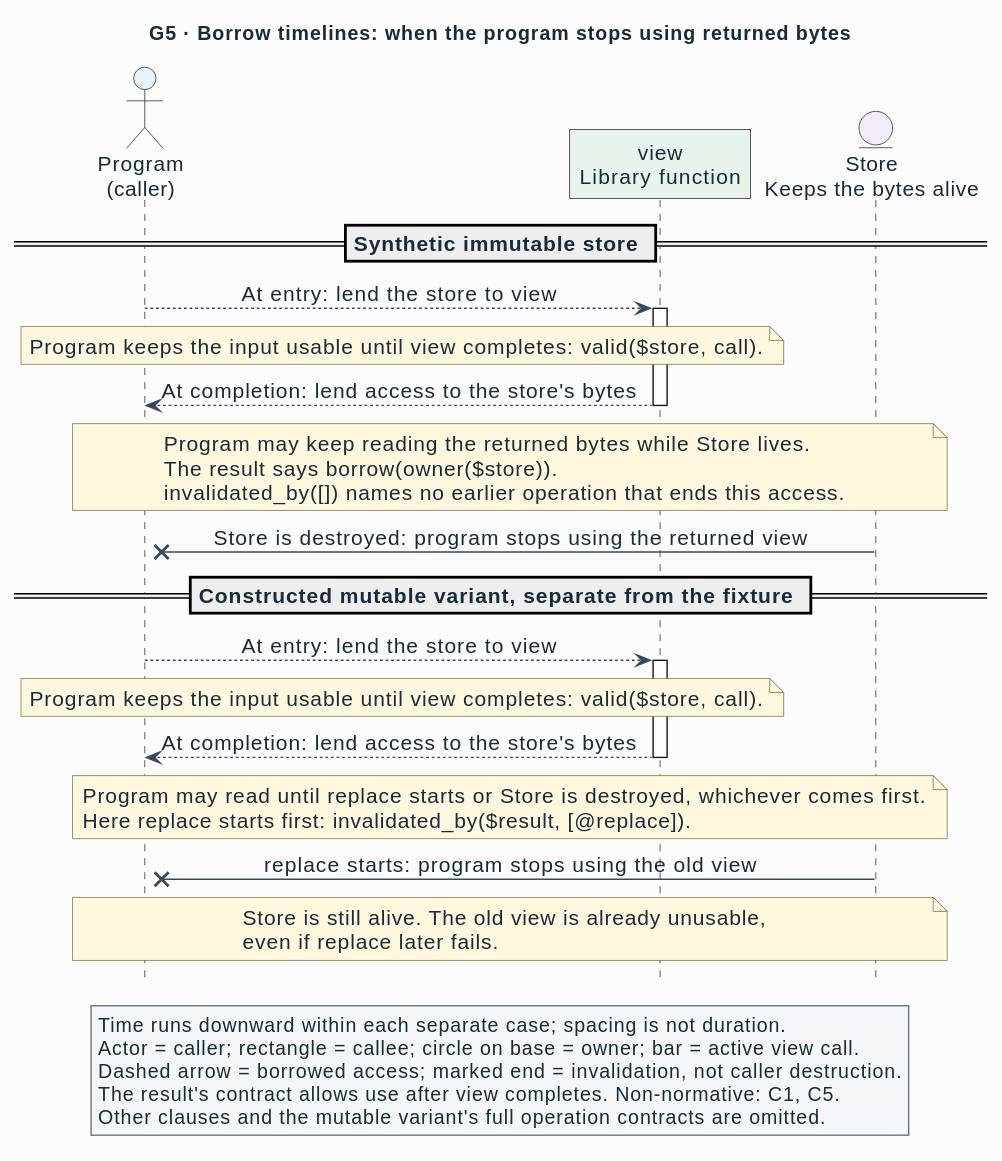
This is semantic/specification/interface-language/figures/g5-borrow.svg from Linkuistics/APIAnyware, a PlantUML export, as it was before one commit. Its source is kept beside it as semantic/specification/interface-language/figures/g5-borrow.puml.
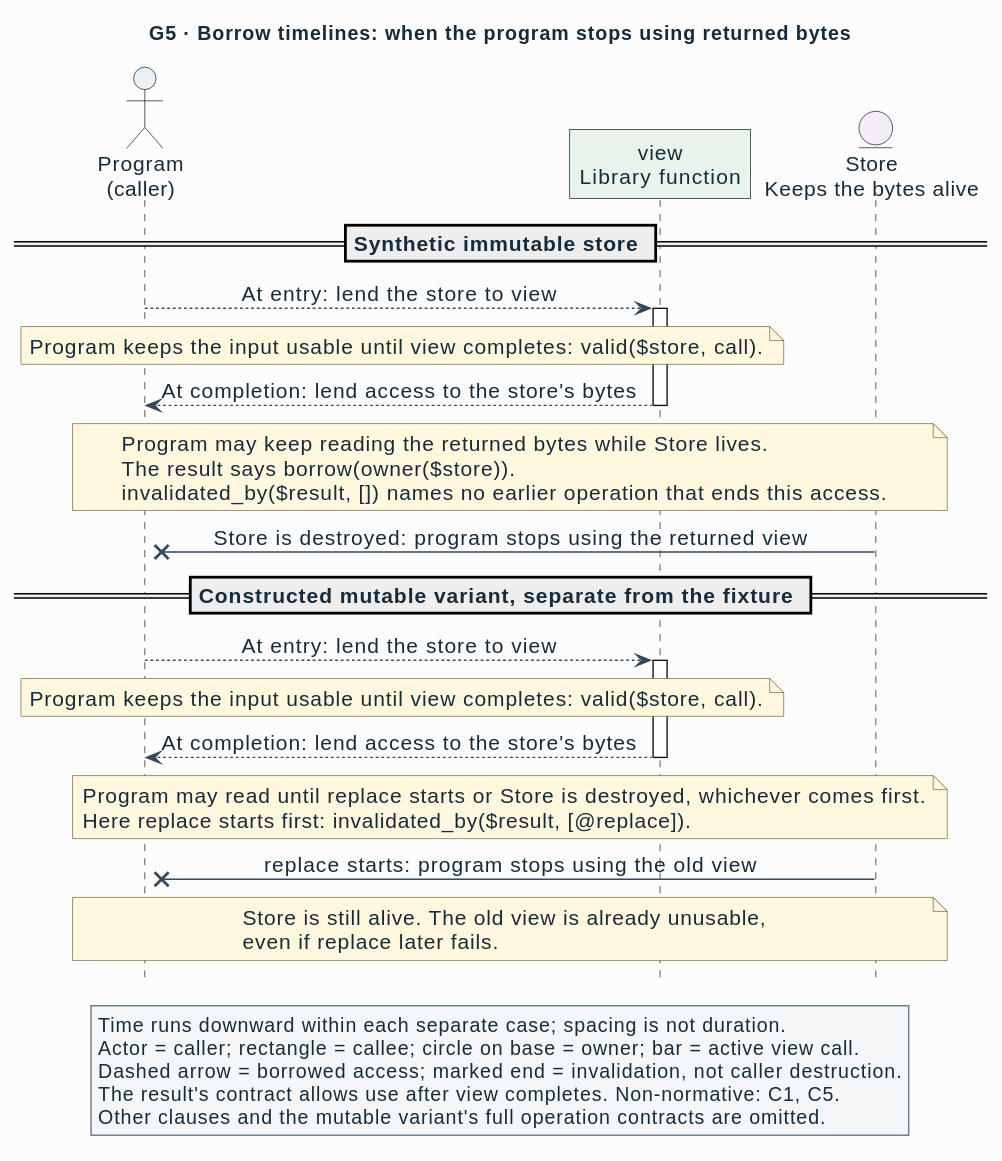
Above is the later version.

Commit message:
concepts-k58: align figure notation and expose concept comparisons

Diff of the diagram source:
```diff
@@ -14,7 +14,7 @@
 note over caller, store
   Program may keep reading the returned bytes while Store lives.
   The result says borrow(owner($store)).
-  invalidated_by([]) names no earlier operation that ends this access.
+  invalidated_by($result, []) names no earlier operation that ends this access.
 end note
 store ->x caller : Store is destroyed: program stops using the returned view
 == Constructed mutable variant, separate from the fixture ==
```
